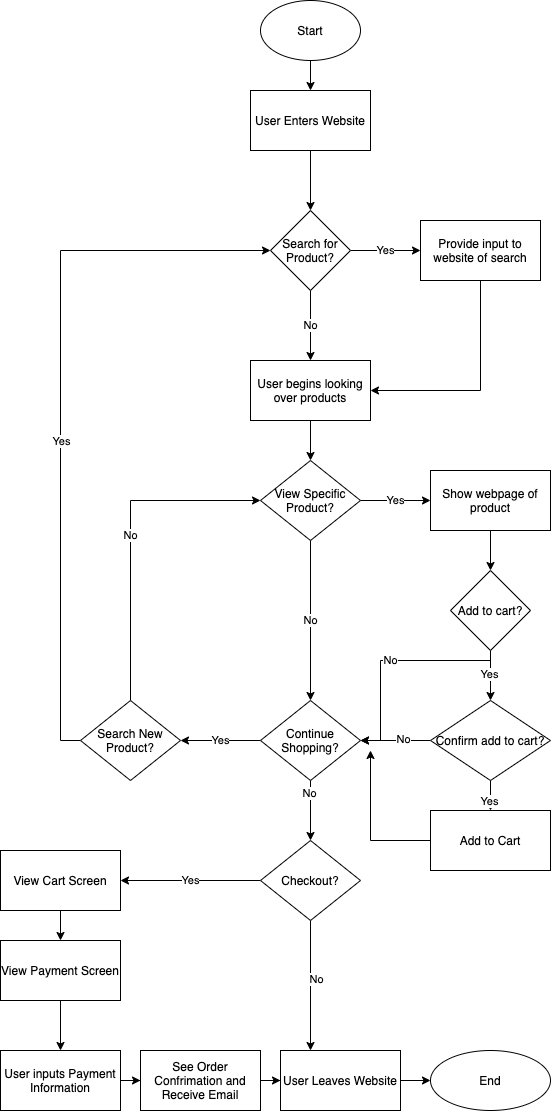
The draw.io diagram explore/diagramming/diagram.drawio.png in mganaiucsd/fa21-cse110-lab4, before a commit. Source tidied: cells renumbered, new cells last; positions are measured from the earlier drawing's top-left corner, leaving out a move shared by most shapes.
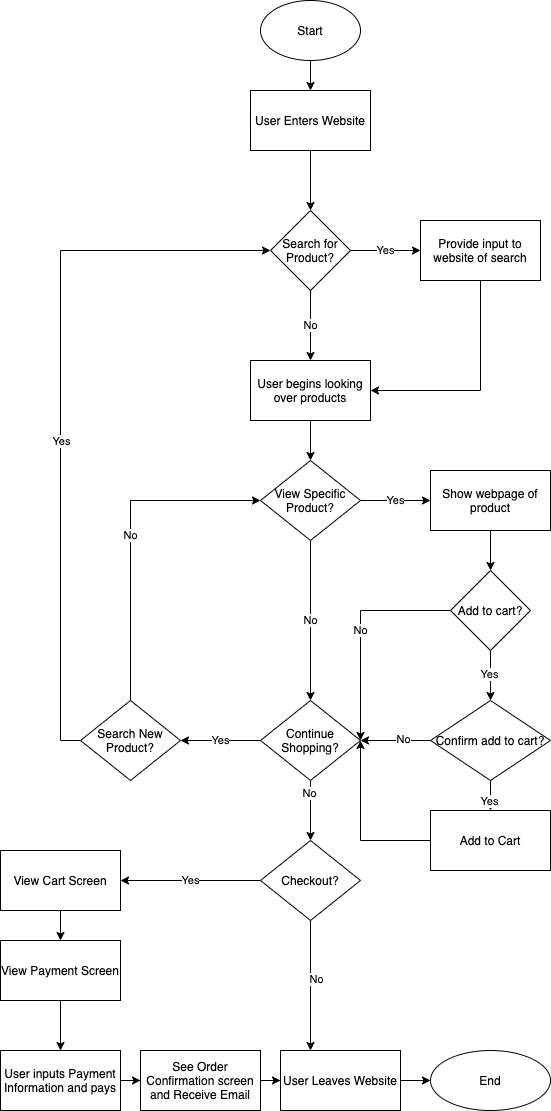
After the change.

Change to the diagram source:
```diff
@@ -61,9 +61,7 @@
     <mxCell id="20" value="No" style="edgeStyle=orthogonalEdgeStyle;rounded=0;jettySize=auto;html=1;" parent="1" edge="1" source="21" target="32">
       <mxGeometry relative="1" as="geometry">
         <Array as="points">
-          <mxPoint x="490" y="660" />
-          <mxPoint x="380" y="660" />
-          <mxPoint x="380" y="740" />
+          <mxPoint x="360" y="610" />
         </Array>
       </mxGeometry>
     </mxCell>
@@ -89,9 +87,11 @@
     <mxCell id="26" value="Confirm add to cart?" style="rhombus;whiteSpace=wrap;html=1;" parent="1" vertex="1">
       <mxGeometry x="430" y="700" width="120" height="80" as="geometry" />
     </mxCell>
-    <mxCell id="27" style="edgeStyle=orthogonalEdgeStyle;rounded=0;jettySize=auto;html=1;exitX=0;exitY=0.5;exitDx=0;exitDy=0;" parent="1" edge="1" source="28">
+    <mxCell id="27" style="edgeStyle=orthogonalEdgeStyle;rounded=0;jettySize=auto;html=1;exitX=0;exitY=0.5;exitDx=0;exitDy=0;entryX=1;entryY=0.5;entryDx=0;entryDy=0;" parent="1" edge="1" source="28" target="32">
       <mxGeometry relative="1" as="geometry">
-        <mxPoint x="370" y="750" as="targetPoint" />
+        <Array as="points">
+          <mxPoint x="360" y="840" />
+        </Array>
       </mxGeometry>
     </mxCell>
     <mxCell id="28" value="Add to Cart" style="whiteSpace=wrap;html=1;" parent="1" vertex="1">
@@ -148,13 +148,13 @@
     <mxCell id="45" style="edgeStyle=orthogonalEdgeStyle;rounded=0;jettySize=auto;html=1;" parent="1" edge="1" source="46" target="48">
       <mxGeometry relative="1" as="geometry" />
     </mxCell>
-    <mxCell id="46" value="User inputs Payment Information" style="whiteSpace=wrap;html=1;" parent="1" vertex="1">
+    <mxCell id="46" value="User inputs Payment Information and pays" style="whiteSpace=wrap;html=1;" parent="1" vertex="1">
       <mxGeometry y="1050" width="120" height="60" as="geometry" />
     </mxCell>
     <mxCell id="47" style="edgeStyle=orthogonalEdgeStyle;rounded=0;jettySize=auto;html=1;" parent="1" edge="1" source="48" target="50">
       <mxGeometry relative="1" as="geometry" />
     </mxCell>
-    <mxCell id="48" value="See Order Confrimation and Receive Email" style="whiteSpace=wrap;html=1;" parent="1" vertex="1">
+    <mxCell id="48" value="See Order Confirmation screen and Receive Email" style="whiteSpace=wrap;html=1;" parent="1" vertex="1">
       <mxGeometry x="140" y="1050" width="120" height="60" as="geometry" />
     </mxCell>
     <mxCell id="49" style="edgeStyle=orthogonalEdgeStyle;rounded=0;jettySize=auto;html=1;" parent="1" edge="1" source="50" target="51">
```
